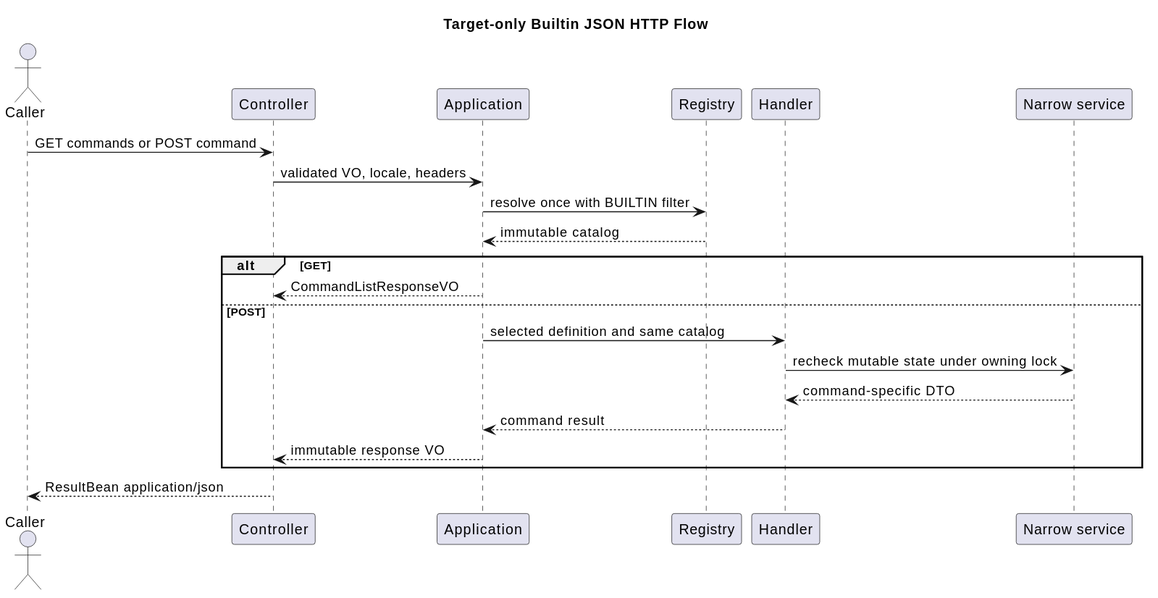
Above: 01-总体架构/01-CampusClaw多Agent运行时/设计图/Command/command_http_flow.svg in ssm0808/pi-mono-java-design (PlantUML), before the change. Source of this version:
```plantuml
@startuml
title Target-only Builtin JSON HTTP Flow
skinparam shadowing false
actor Caller
participant Controller
participant Application
participant Registry
participant Handler
participant "Narrow service" as Service
Caller -> Controller : GET commands or POST command
Controller -> Application : validated VO, locale, headers
Application -> Registry : resolve once with BUILTIN filter
Registry --> Application : immutable catalog
alt GET
  Application --> Controller : CommandListResponseVO
else POST
  Application -> Handler : selected definition and same catalog
  Handler -> Service : recheck mutable state under owning lock
  Service --> Handler : command-specific DTO
  Handler --> Application : command result
  Application --> Controller : immutable response VO
end
Controller --> Caller : ResultBean application/json
@enduml
```
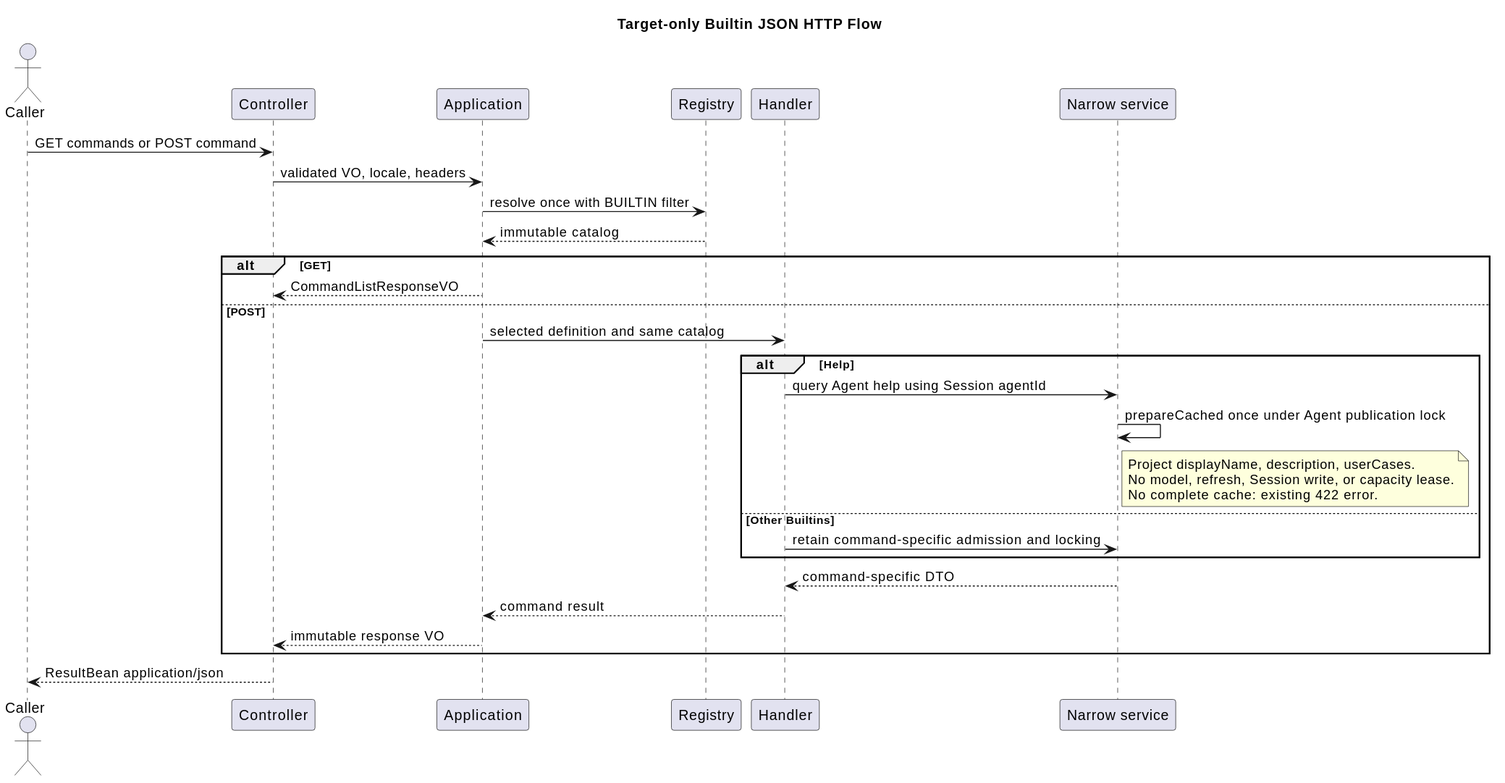
The same diagram one commit later.

The edit, as a diff of the source:
```diff
@@ -15,7 +15,17 @@
   Application --> Controller : CommandListResponseVO
 else POST
   Application -> Handler : selected definition and same catalog
-  Handler -> Service : recheck mutable state under owning lock
+  alt Help
+    Handler -> Service : query Agent help using Session agentId
+    Service -> Service : prepareCached once under Agent publication lock
+    note right of Service
+      Project displayName, description, userCases.
+      No model, refresh, Session write, or capacity lease.
+      No complete cache: existing 422 error.
+    end note
+  else Other Builtins
+    Handler -> Service : retain command-specific admission and locking
+  end
   Service --> Handler : command-specific DTO
   Handler --> Application : command result
   Application --> Controller : immutable response VO
```
